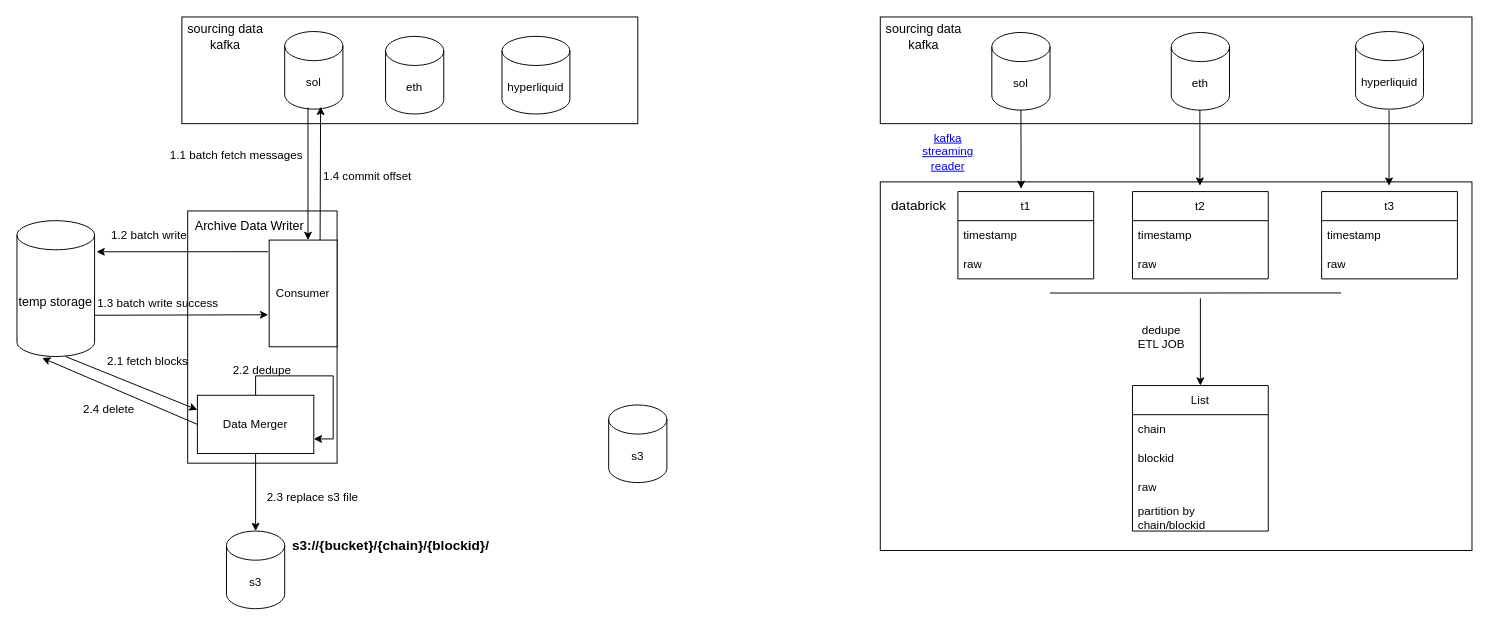
Above: archive-data-writer.drawio in sy6765856/3DView (draw.io), before the change. Source tidied: cells renumbered, new cells numbered last; positions are measured from the earlier drawing's top-left corner, leaving out a move shared by most shapes. Both pictures are drawn from the tidied source at 97%, with x=0, y=0 at pixel (16, 16).
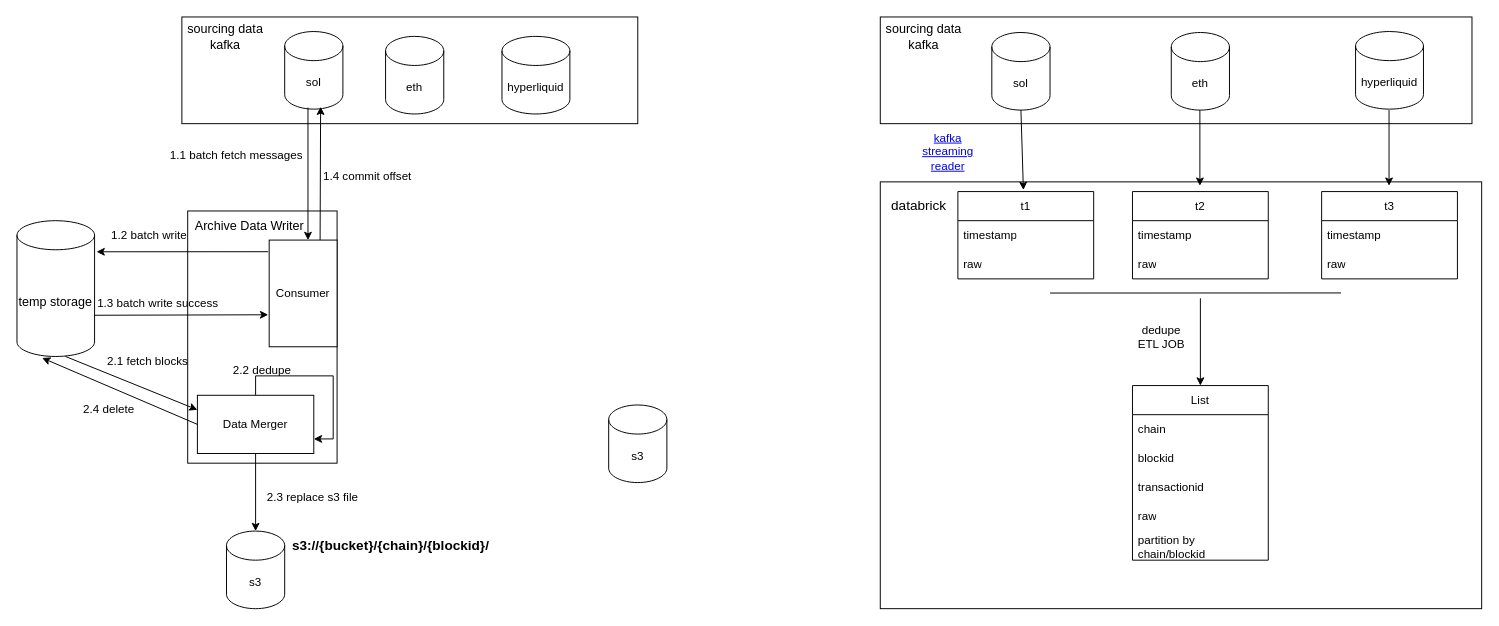
The same diagram, later.

The edit, as a diff of the source:
```diff
@@
     <mxCell id="35" style="rounded=0;whiteSpace=wrap;html=1;" parent="1" vertex="1">
-      <mxGeometry x="890" y="170" width="610" height="380" as="geometry" />
+      <mxGeometry x="890" y="170" width="620" height="440" as="geometry" />
     </mxCell>
@@
     <mxCell id="51" value="List" style="swimlane;fontStyle=0;horizontal=1;startSize=30;whiteSpace=wrap;html=1;" parent="1" vertex="1">
-      <mxGeometry x="1150" y="380" width="140" height="150" as="geometry" />
+      <mxGeometry x="1150" y="380" width="140" height="180" as="geometry" />
     </mxCell>
@@
+    <mxCell id="59" value="transactionid" style="text;strokeColor=none;fillColor=none;align=left;verticalAlign=middle;spacingLeft=4;spacingRight=4;overflow=hidden;whiteSpace=wrap;html=1;" parent="51" vertex="1">
+      <mxGeometry y="90" width="140" height="30" as="geometry" />
+    </mxCell>
     <mxCell id="54" value="raw" style="text;strokeColor=none;fillColor=none;align=left;verticalAlign=middle;spacingLeft=4;spacingRight=4;overflow=hidden;whiteSpace=wrap;html=1;" parent="51" vertex="1">
-      <mxGeometry y="90" width="140" height="30" as="geometry" />
+      <mxGeometry y="120" width="140" height="30" as="geometry" />
     </mxCell>
     <mxCell id="55" value="partition by chain/blockid" style="text;strokeColor=none;fillColor=none;align=left;verticalAlign=middle;spacingLeft=4;spacingRight=4;overflow=hidden;whiteSpace=wrap;html=1;" parent="51" vertex="1">
-      <mxGeometry y="120" width="140" height="30" as="geometry" />
+      <mxGeometry y="150" width="140" height="30" as="geometry" />
     </mxCell>
```
